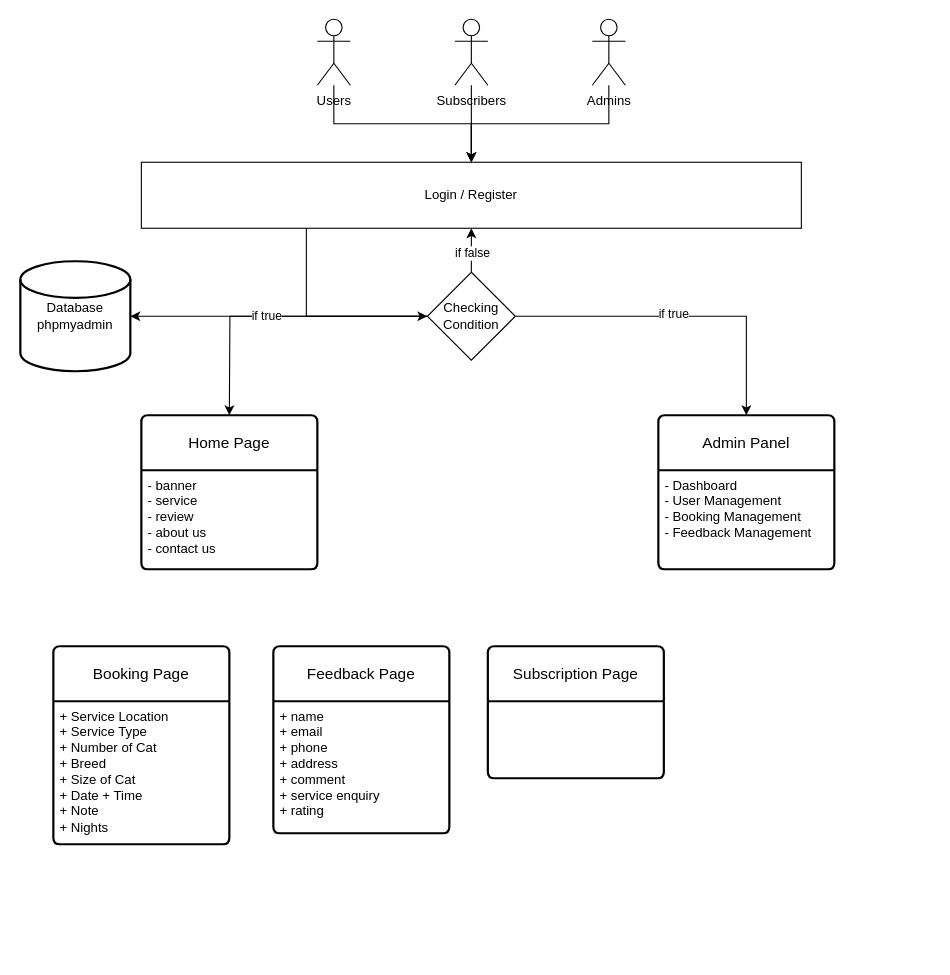
Above: catboardingsystem.drawio in chaoheeFong/FYP (draw.io), before the change. Source tidied: cells renumbered, new cells numbered last; positions are measured from the earlier drawing's top-left corner, leaving out a move shared by most shapes. Both pictures are drawn from the tidied source at 110%, with x=0, y=0 at pixel (20, 19).
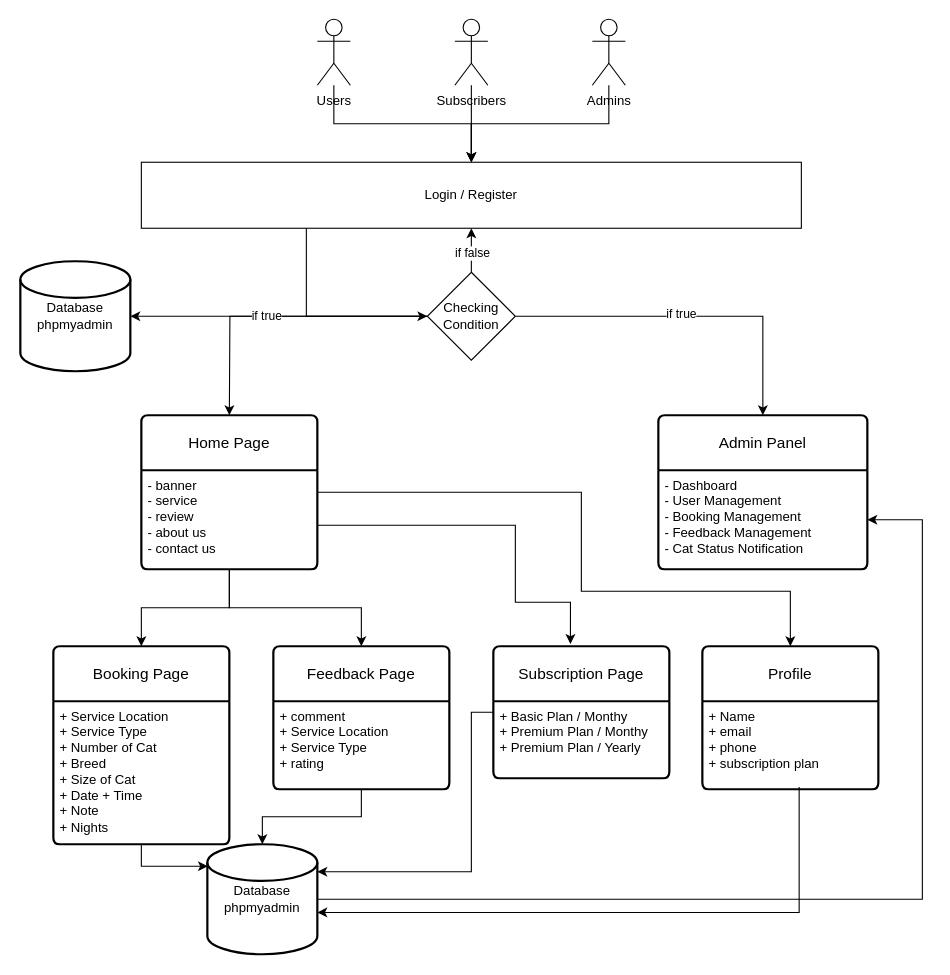
The same diagram, later.

Unchanged cells that the change refers to:
```xml
<mxCell id="3" value="Users" style="shape=umlActor;verticalLabelPosition=bottom;verticalAlign=top;html=1;outlineConnect=0;" parent="1" vertex="1">
  <mxGeometry x="270" width="30" height="60" as="geometry" />
</mxCell>
<mxCell id="9" value="Login / Register" style="rounded=0;whiteSpace=wrap;html=1;" parent="1" vertex="1">
  <mxGeometry x="110" y="130" width="600" height="60" as="geometry" />
</mxCell>
<mxCell id="19" value="Home Page" style="swimlane;horizontal=1;startSize=50;rounded=1;fontSize=14;fontStyle=0;strokeWidth=2;shadow=0;dashed=0;align=center;arcSize=4;whiteSpace=wrap;html=1;" parent="1" vertex="1">
  <mxGeometry x="110" y="360" width="160" height="140" as="geometry" />
</mxCell>
<mxCell id="20" value="- banner&lt;br&gt;- service&lt;br&gt;- review&lt;br&gt;- about us&lt;br&gt;- contact us" style="align=left;strokeColor=none;fillColor=none;spacingLeft=4;fontSize=12;verticalAlign=top;html=1;" parent="19" vertex="1">
  <mxGeometry y="50" width="160" height="90" as="geometry" />
</mxCell>
<mxCell id="23" value="Booking Page" style="swimlane;horizontal=1;startSize=50;rounded=1;fontSize=14;fontStyle=0;strokeWidth=2;shadow=0;dashed=0;align=center;arcSize=4;whiteSpace=wrap;html=1;" parent="1" vertex="1">
  <mxGeometry x="30" y="570" width="160" height="180" as="geometry" />
</mxCell>
<mxCell id="24" value="+ Service Location&lt;br&gt;+ Service Type&lt;br&gt;+ Number of Cat&lt;br&gt;+ Breed&lt;br&gt;+ Size of Cat&lt;br&gt;+ Date + Time&lt;br&gt;+ Note&lt;br&gt;+ Nights&lt;br&gt;" style="align=left;strokeColor=none;fillColor=none;spacingLeft=4;fontSize=12;verticalAlign=top;html=1;" parent="23" vertex="1">
  <mxGeometry y="50" width="160" height="130" as="geometry" />
</mxCell>
```

What changed in the source:
```diff
@@
-    <mxCell id="2" style="edgeStyle=orthogonalEdgeStyle;rounded=0;jettySize=auto;html=1;" parent="1" edge="1" source="3" target="9">
+    <mxCell id="2" style="edgeStyle=orthogonalEdgeStyle;rounded=0;jettySize=auto;html=1;jumpStyle=none;" parent="1" edge="1" source="3" target="9">
       <mxGeometry relative="1" as="geometry" />
     </mxCell>
@@
+    <mxCell id="29" style="edgeStyle=orthogonalEdgeStyle;rounded=0;jettySize=auto;html=1;entryX=0.5;entryY=0;entryDx=0;entryDy=0;" parent="1" edge="1" source="19" target="23">
+      <mxGeometry relative="1" as="geometry" />
+    </mxCell>
+    <mxCell id="30" style="edgeStyle=orthogonalEdgeStyle;rounded=0;jettySize=auto;html=1;" parent="1" edge="1" source="19" target="33">
+      <mxGeometry relative="1" as="geometry">
+        <Array as="points">
+          <mxPoint x="510" y="430" />
+          <mxPoint x="510" y="520" />
+          <mxPoint x="700" y="520" />
+        </Array>
+      </mxGeometry>
+    </mxCell>
@@
     <mxCell id="21" value="Subscription Page" style="swimlane;horizontal=1;startSize=50;rounded=1;fontSize=14;fontStyle=0;strokeWidth=2;shadow=0;dashed=0;align=center;arcSize=4;whiteSpace=wrap;html=1;" parent="1" vertex="1">
-      <mxGeometry x="425" y="570" width="160" height="120" as="geometry" />
+      <mxGeometry x="430" y="570" width="160" height="120" as="geometry" />
     </mxCell>
-    <mxCell id="22" value="&amp;nbsp;" style="align=left;strokeColor=none;fillColor=none;spacingLeft=4;fontSize=12;verticalAlign=top;html=1;" parent="21" vertex="1">
+    <mxCell id="22" value="+ Basic Plan / Monthy&lt;br&gt;+ Premium Plan / Monthy&lt;br&gt;+ Premium Plan / Yearly" style="align=left;strokeColor=none;fillColor=none;spacingLeft=4;fontSize=12;verticalAlign=top;html=1;" parent="21" vertex="1">
       <mxGeometry y="50" width="160" height="70" as="geometry" />
     </mxCell>
@@
     <mxCell id="25" value="Feedback Page" style="swimlane;horizontal=1;startSize=50;rounded=1;fontSize=14;fontStyle=0;strokeWidth=2;shadow=0;dashed=0;align=center;arcSize=4;whiteSpace=wrap;html=1;" parent="1" vertex="1">
-      <mxGeometry x="230" y="570" width="160" height="170" as="geometry" />
+      <mxGeometry x="230" y="570" width="160" height="130" as="geometry" />
     </mxCell>
-    <mxCell id="26" value="+ name&lt;br&gt;+ email&lt;br&gt;+ phone&lt;br&gt;+ address&lt;br&gt;+ comment&lt;br&gt;+ service enquiry&lt;br&gt;+ rating" style="align=left;strokeColor=none;fillColor=none;spacingLeft=4;fontSize=12;verticalAlign=top;html=1;" parent="25" vertex="1">
-      <mxGeometry y="50" width="160" height="120" as="geometry" />
+    <mxCell id="26" value="+ comment&lt;br&gt;+ Service Location&lt;br&gt;+ Service Type&lt;br&gt;+ rating" style="align=left;strokeColor=none;fillColor=none;spacingLeft=4;fontSize=12;verticalAlign=top;html=1;" parent="25" vertex="1">
+      <mxGeometry y="50" width="160" height="80" as="geometry" />
     </mxCell>
     <mxCell id="27" value="Admin Panel" style="swimlane;horizontal=1;startSize=50;rounded=1;fontSize=14;fontStyle=0;strokeWidth=2;shadow=0;dashed=0;align=center;arcSize=4;whiteSpace=wrap;html=1;" parent="1" vertex="1">
-      <mxGeometry x="580" y="360" width="160" height="140" as="geometry" />
+      <mxGeometry x="580" y="360" width="190" height="140" as="geometry" />
     </mxCell>
-    <mxCell id="28" value="- Dashboard&lt;br&gt;- User Management&lt;br&gt;- Booking Management&lt;br&gt;- Feedback Management" style="align=left;strokeColor=none;fillColor=none;spacingLeft=4;fontSize=12;verticalAlign=top;html=1;" parent="27" vertex="1">
-      <mxGeometry y="50" width="160" height="90" as="geometry" />
+    <mxCell id="28" value="- Dashboard&lt;br&gt;- User Management&lt;br&gt;- Booking Management&lt;br&gt;- Feedback Management&lt;br&gt;- Cat Status Notification" style="align=left;strokeColor=none;fillColor=none;spacingLeft=4;fontSize=12;verticalAlign=top;html=1;" parent="27" vertex="1">
+      <mxGeometry y="50" width="190" height="90" as="geometry" />
     </mxCell>
+    <mxCell id="31" style="edgeStyle=orthogonalEdgeStyle;rounded=0;jettySize=auto;html=1;entryX=0.5;entryY=0;entryDx=0;entryDy=0;" parent="1" edge="1" source="20" target="25">
+      <mxGeometry relative="1" as="geometry" />
+    </mxCell>
+    <mxCell id="32" style="edgeStyle=orthogonalEdgeStyle;rounded=0;jettySize=auto;html=1;entryX=0.438;entryY=-0.017;entryDx=0;entryDy=0;entryPerimeter=0;" parent="1" edge="1" source="20" target="21">
+      <mxGeometry relative="1" as="geometry">
+        <Array as="points">
+          <mxPoint x="450" y="460" />
+          <mxPoint x="450" y="530" />
+        </Array>
+      </mxGeometry>
+    </mxCell>
+    <mxCell id="33" value="Profile" style="swimlane;horizontal=1;startSize=50;rounded=1;fontSize=14;fontStyle=0;strokeWidth=2;shadow=0;dashed=0;align=center;arcSize=4;whiteSpace=wrap;html=1;" parent="1" vertex="1">
+      <mxGeometry x="620" y="570" width="160" height="130" as="geometry" />
+    </mxCell>
+    <mxCell id="34" value="+ Name&lt;br&gt;+ email&lt;br&gt;+ phone&lt;br&gt;+ subscription plan" style="align=left;strokeColor=none;fillColor=none;spacingLeft=4;fontSize=12;verticalAlign=top;html=1;" parent="33" vertex="1">
+      <mxGeometry y="50" width="160" height="80" as="geometry" />
+    </mxCell>
+    <mxCell id="35" style="edgeStyle=orthogonalEdgeStyle;rounded=0;jettySize=auto;html=1;" parent="1" edge="1" source="36" target="28">
+      <mxGeometry relative="1" as="geometry">
+        <Array as="points">
+          <mxPoint x="820" y="800" />
+          <mxPoint x="820" y="455" />
+        </Array>
+      </mxGeometry>
+    </mxCell>
+    <mxCell id="36" value="Database&lt;br&gt;phpmyadmin" style="strokeWidth=2;html=1;shape=mxgraph.flowchart.database;whiteSpace=wrap;" parent="1" vertex="1">
+      <mxGeometry x="170" y="750" width="100" height="100" as="geometry" />
+    </mxCell>
+    <mxCell id="37" style="edgeStyle=orthogonalEdgeStyle;rounded=0;jettySize=auto;html=1;" parent="1" edge="1" source="24">
+      <mxGeometry relative="1" as="geometry">
+        <mxPoint x="170" y="770" as="targetPoint" />
+      </mxGeometry>
+    </mxCell>
+    <mxCell id="38" style="edgeStyle=orthogonalEdgeStyle;rounded=0;jettySize=auto;html=1;" parent="1" edge="1" source="26" target="36">
+      <mxGeometry relative="1" as="geometry" />
+    </mxCell>
+    <mxCell id="39" style="edgeStyle=elbowEdgeStyle;rounded=0;orthogonalLoop=1;jettySize=auto;html=1;" parent="1" edge="1">
+      <mxGeometry relative="1" as="geometry">
+        <mxPoint x="430" y="630" as="sourcePoint" />
+        <mxPoint x="270" y="775" as="targetPoint" />
+        <Array as="points">
+          <mxPoint x="410" y="705" />
+        </Array>
+      </mxGeometry>
+    </mxCell>
+    <mxCell id="40" style="edgeStyle=elbowEdgeStyle;rounded=0;jettySize=auto;html=1;entryX=1;entryY=0.62;entryDx=0;entryDy=0;entryPerimeter=0;exitX=0.55;exitY=0.975;exitDx=0;exitDy=0;exitPerimeter=0;" parent="1" edge="1" source="34" target="36">
+      <mxGeometry relative="1" as="geometry">
+        <Array as="points">
+          <mxPoint x="708" y="770" />
+          <mxPoint x="600" y="740" />
+        </Array>
+      </mxGeometry>
+    </mxCell>
```
